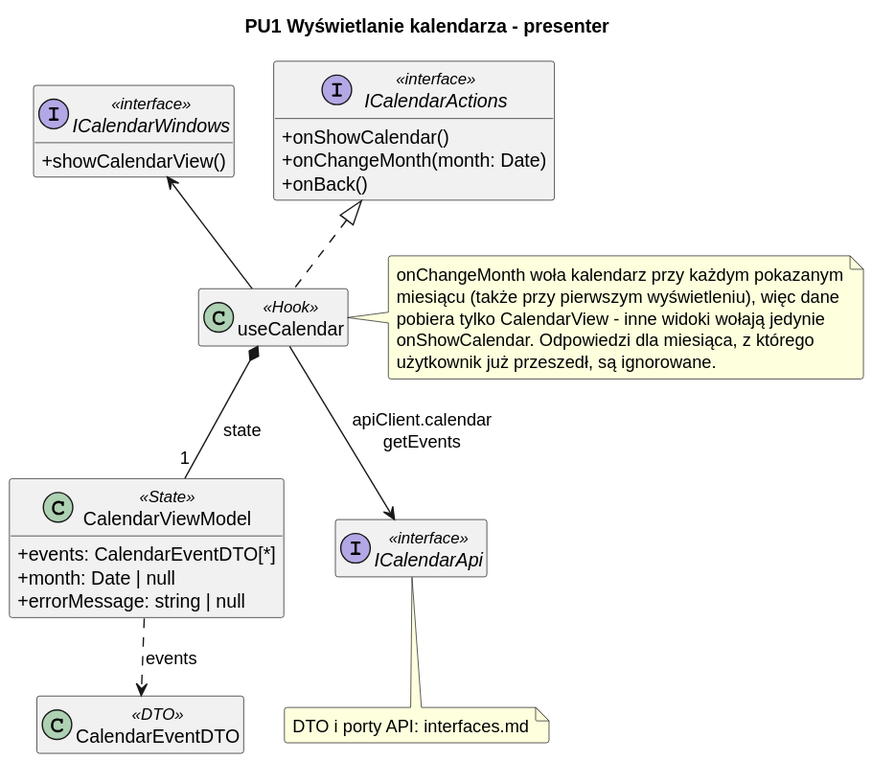
The PlantUML diagram diagrams/frontend/rendered/calendar-presenter.svg in Igor-Ochocki/POP-2026Z, before a commit. Its diagram source:
```plantuml
@startuml
skinparam classAttributeIconSize 0
skinparam packageStyle rectangle
skinparam shadowing false
skinparam roundcorner 4
skinparam linetype polyline
skinparam nodesep 30
skinparam ranksep 40
hide empty members

title PU1 Wyświetlanie kalendarza - presenter

interface ICalendarActions <<interface>> {
    + onShowCalendar()
    + onChangeMonth(month: Date)
    + onBack()
}

interface ICalendarWindows <<interface>> {
    + showCalendarView()
}

class useCalendar <<Hook>>

class CalendarViewModel <<State>> {
    + events: CalendarEventDTO[*]
    + month: Date | null
    + errorMessage: string | null
}

interface ICalendarApi <<interface>>
class CalendarEventDTO <<DTO>>

useCalendar .u.|> ICalendarActions
useCalendar -u-> ICalendarWindows
useCalendar *-- "1" CalendarViewModel : state
CalendarViewModel ..> CalendarEventDTO : events
useCalendar --> ICalendarApi : apiClient.calendar\ngetEvents

note right of useCalendar
    onChangeMonth woła kalendarz przy każdym pokazanym
    miesiącu (także przy pierwszym wyświetleniu), więc dane
    pobiera tylko CalendarView - inne widoki wołają jedynie
    onShowCalendar. Odpowiedzi dla miesiąca, z którego
    użytkownik już przeszedł, są ignorowane.
end note

note bottom of ICalendarApi
    DTO i porty API: interfaces.md
end note
@enduml
```
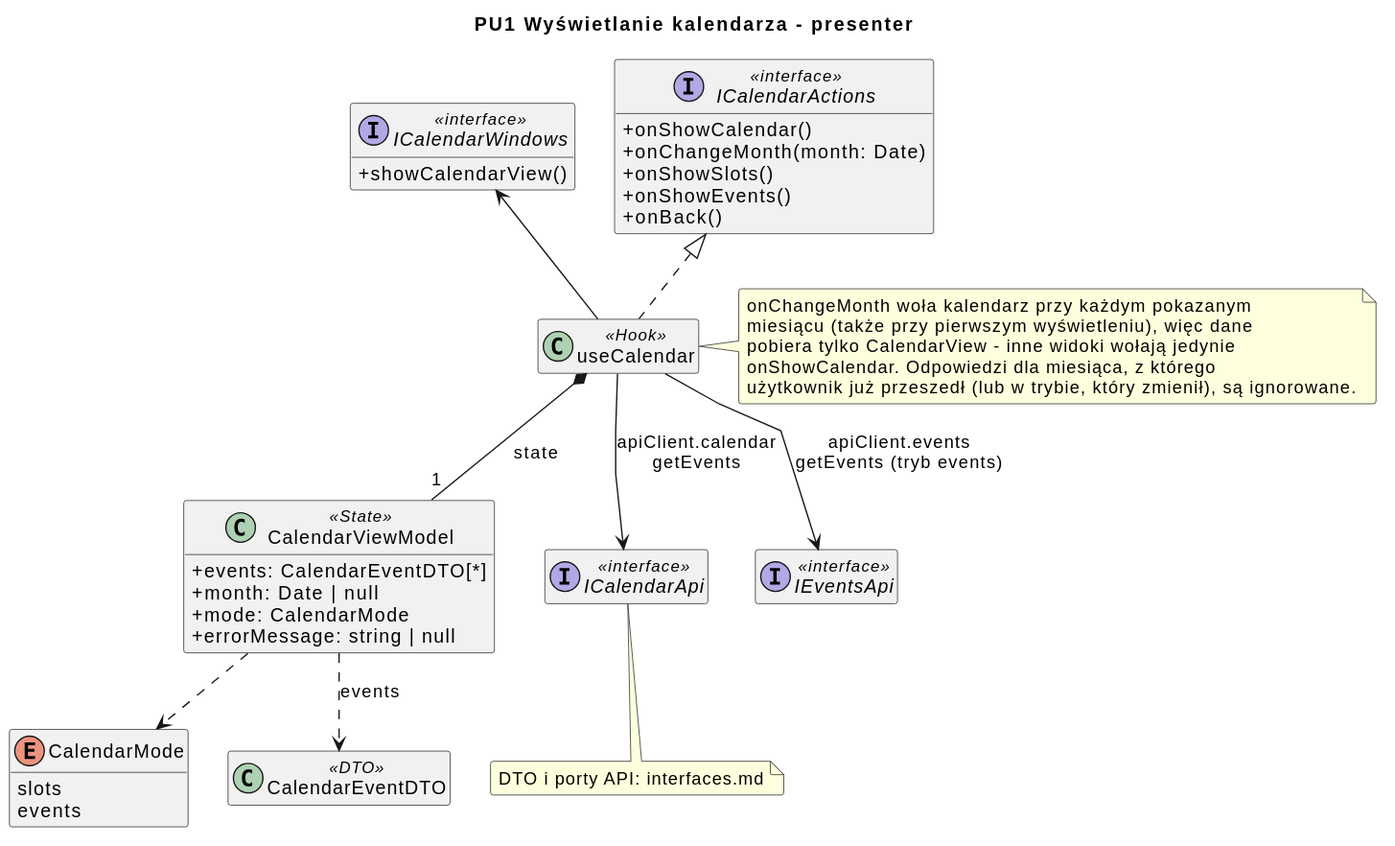
Above is the later version.

Diff of the diagram source:
```diff
@@ -13,6 +13,8 @@
 interface ICalendarActions <<interface>> {
     + onShowCalendar()
     + onChangeMonth(month: Date)
+    + onShowSlots()
+    + onShowEvents()
     + onBack()
 }
 
@@ -25,24 +27,32 @@
 class CalendarViewModel <<State>> {
     + events: CalendarEventDTO[*]
     + month: Date | null
+    + mode: CalendarMode
     + errorMessage: string | null
 }
 
 interface ICalendarApi <<interface>>
+interface IEventsApi <<interface>>
+enum CalendarMode {
+    slots
+    events
+}
 class CalendarEventDTO <<DTO>>
 
 useCalendar .u.|> ICalendarActions
 useCalendar -u-> ICalendarWindows
 useCalendar *-- "1" CalendarViewModel : state
 CalendarViewModel ..> CalendarEventDTO : events
+CalendarViewModel ..> CalendarMode
 useCalendar --> ICalendarApi : apiClient.calendar\ngetEvents
+useCalendar --> IEventsApi : apiClient.events\ngetEvents (tryb events)
 
 note right of useCalendar
     onChangeMonth woła kalendarz przy każdym pokazanym
     miesiącu (także przy pierwszym wyświetleniu), więc dane
     pobiera tylko CalendarView - inne widoki wołają jedynie
     onShowCalendar. Odpowiedzi dla miesiąca, z którego
-    użytkownik już przeszedł, są ignorowane.
+    użytkownik już przeszedł (lub w trybie, który zmienił), są ignorowane.
 end note
 
 note bottom of ICalendarApi
```
